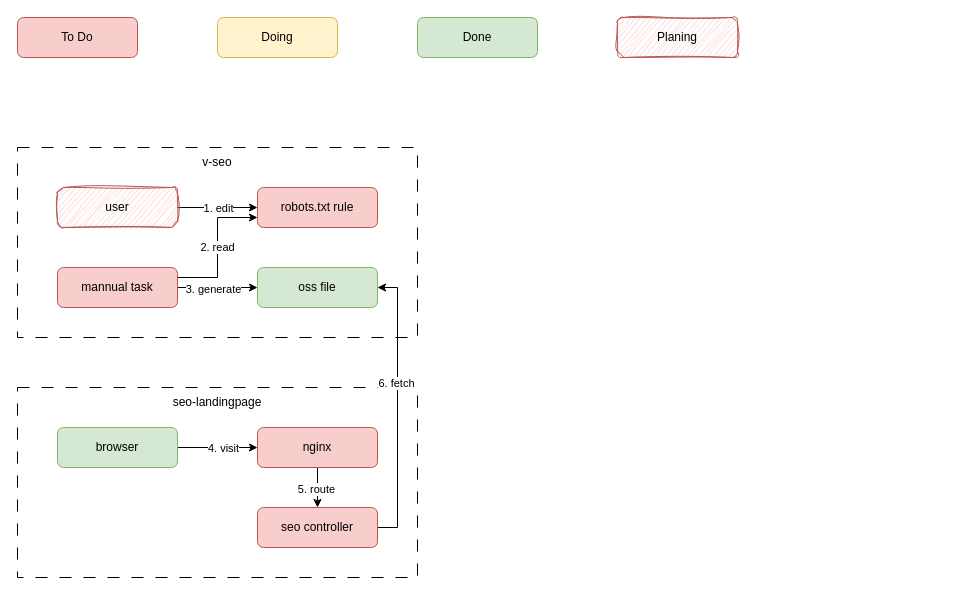
VisableHarry/seo-drawio keeps this draw.io diagram as drawio/robotstxt.drawio. Above is the earlier version. Source tidied: cells renumbered, new cells numbered last; positions are measured from the earlier drawing's top-left corner, leaving out a move shared by most shapes. Both pictures are drawn from the tidied source at 100%, with x=0, y=0 at pixel (17, 17).
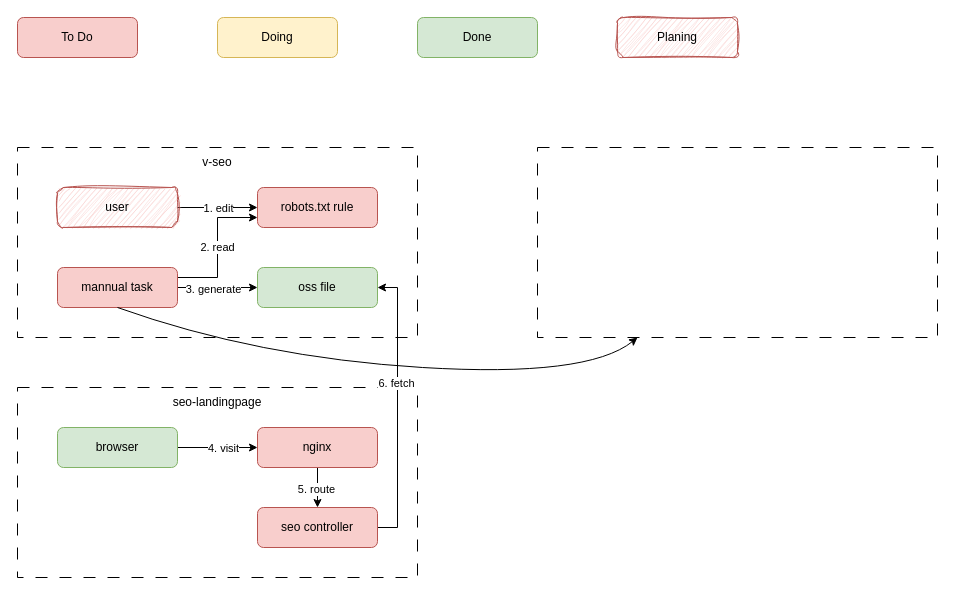
The same diagram, later.

Unchanged cells that the change refers to:
```xml
<mxCell id="8" value="mannual task" style="rounded=1;whiteSpace=wrap;html=1;fillColor=#f8cecc;strokeColor=#b85450;" parent="1" vertex="1">
  <mxGeometry x="40" y="250" width="120" height="40" as="geometry" />
</mxCell>
```

Change to the diagram source:
```diff
@@
+    <mxCell id="29" style="rounded=0;whiteSpace=wrap;html=1;fillColor=none;dashed=1;dashPattern=12 12;" parent="1" vertex="1">
+      <mxGeometry x="520" y="130" width="400" height="190" as="geometry" />
+    </mxCell>
+    <mxCell id="30" style="curved=1;endArrow=classic;html=1;rounded=0;exitX=0.5;exitY=1;exitDx=0;exitDy=0;entryX=0.25;entryY=1;entryDx=0;entryDy=0;" parent="1" edge="1" source="8" target="29">
+      <mxGeometry relative="1" as="geometry">
+        <Array as="points">
+          <mxPoint x="240" y="340" />
+          <mxPoint x="570" y="360" />
+        </Array>
+      </mxGeometry>
+    </mxCell>
```
